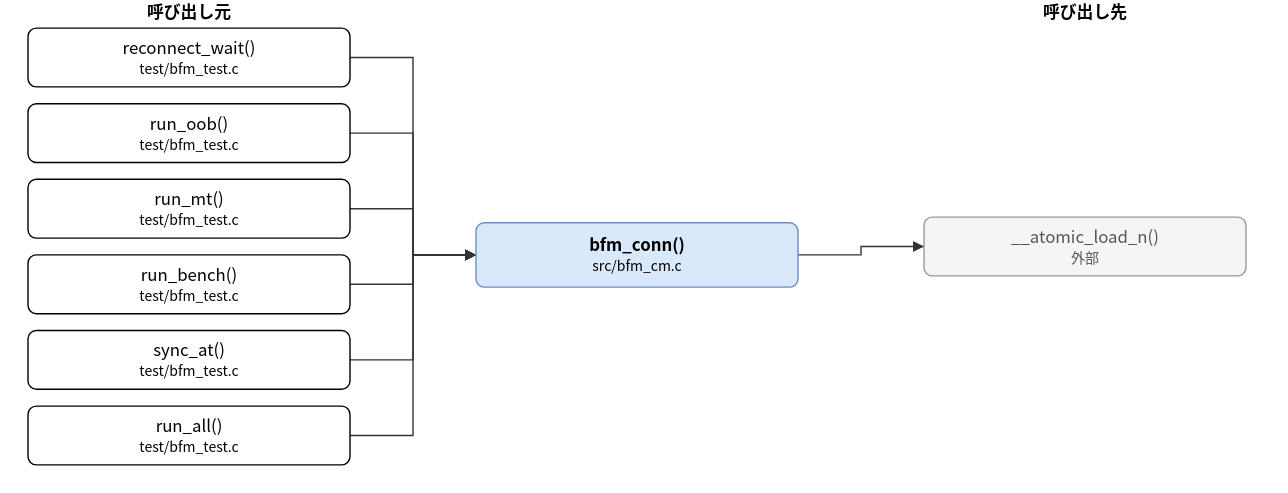
The draw.io diagram doc/spec/images/call_src_bfm_cm-bfm_conn.drawio.svg in hf355051012-ai/bfmem, before a commit. Source tidied: cells renumbered, new cells last; positions are measured from the earlier drawing's top-left corner, leaving out a move shared by most shapes. The source it was exported from:
```xml
<mxGraphModel>
  <root>
    <mxCell id="0" />
    <mxCell id="1" parent="0" />
    <mxCell id="2" value="bfm_conn()&lt;br&gt;&lt;font style=&quot;font-size:10px&quot;&gt;src/bfm_cm.c&lt;/font&gt;" style="rounded=1;whiteSpace=wrap;html=1;fillColor=#dae8fc;strokeColor=#6c8ebf;fontStyle=1;" parent="1" vertex="1">
      <mxGeometry x="320" y="159" width="230" height="46" as="geometry" />
    </mxCell>
    <mxCell id="3" value="reconnect_wait()&lt;br&gt;&lt;font style=&quot;font-size:10px&quot;&gt;test/bfm_test.c&lt;/font&gt;" style="rounded=1;whiteSpace=wrap;html=1;" parent="1" vertex="1">
      <mxGeometry y="20" width="230" height="42" as="geometry" />
    </mxCell>
    <mxCell id="4" value="run_oob()&lt;br&gt;&lt;font style=&quot;font-size:10px&quot;&gt;test/bfm_test.c&lt;/font&gt;" style="rounded=1;whiteSpace=wrap;html=1;" parent="1" vertex="1">
      <mxGeometry y="74" width="230" height="42" as="geometry" />
    </mxCell>
    <mxCell id="5" value="run_mt()&lt;br&gt;&lt;font style=&quot;font-size:10px&quot;&gt;test/bfm_test.c&lt;/font&gt;" style="rounded=1;whiteSpace=wrap;html=1;" parent="1" vertex="1">
      <mxGeometry y="128" width="230" height="42" as="geometry" />
    </mxCell>
    <mxCell id="6" value="run_bench()&lt;br&gt;&lt;font style=&quot;font-size:10px&quot;&gt;test/bfm_test.c&lt;/font&gt;" style="rounded=1;whiteSpace=wrap;html=1;" parent="1" vertex="1">
      <mxGeometry y="182" width="230" height="42" as="geometry" />
    </mxCell>
    <mxCell id="7" value="sync_at()&lt;br&gt;&lt;font style=&quot;font-size:10px&quot;&gt;test/bfm_test.c&lt;/font&gt;" style="rounded=1;whiteSpace=wrap;html=1;" parent="1" vertex="1">
      <mxGeometry y="236" width="230" height="42" as="geometry" />
    </mxCell>
    <mxCell id="8" value="run_all()&lt;br&gt;&lt;font style=&quot;font-size:10px&quot;&gt;test/bfm_test.c&lt;/font&gt;" style="rounded=1;whiteSpace=wrap;html=1;" parent="1" vertex="1">
      <mxGeometry y="290" width="230" height="42" as="geometry" />
    </mxCell>
    <mxCell id="9" value="__atomic_load_n()&lt;br&gt;&lt;font style=&quot;font-size:10px&quot;&gt;外部&lt;/font&gt;" style="rounded=1;whiteSpace=wrap;html=1;fillColor=#f5f5f5;strokeColor=#999999;fontColor=#555555;" parent="1" vertex="1">
      <mxGeometry x="640" y="155" width="230" height="42" as="geometry" />
    </mxCell>
    <mxCell id="10" style="edgeStyle=none;html=1;rounded=0;endArrow=block;endFill=1;exitX=1.0000;exitY=0.5000;exitDx=0;exitDy=0;exitPerimeter=0;entryX=0.0000;entryY=0.5000;entryDx=0;entryDy=0;entryPerimeter=0;" parent="1" edge="1" source="3" target="2">
      <mxGeometry relative="1" as="geometry">
        <Array as="points">
          <mxPoint x="275" y="41" />
          <mxPoint x="275" y="182" />
        </Array>
      </mxGeometry>
    </mxCell>
    <mxCell id="11" style="edgeStyle=none;html=1;rounded=0;endArrow=block;endFill=1;exitX=1.0000;exitY=0.5000;exitDx=0;exitDy=0;exitPerimeter=0;entryX=0.0000;entryY=0.5000;entryDx=0;entryDy=0;entryPerimeter=0;" parent="1" edge="1" source="4" target="2">
      <mxGeometry relative="1" as="geometry">
        <Array as="points">
          <mxPoint x="275" y="95" />
          <mxPoint x="275" y="182" />
        </Array>
      </mxGeometry>
    </mxCell>
    <mxCell id="12" style="edgeStyle=none;html=1;rounded=0;endArrow=block;endFill=1;exitX=1.0000;exitY=0.5000;exitDx=0;exitDy=0;exitPerimeter=0;entryX=0.0000;entryY=0.5000;entryDx=0;entryDy=0;entryPerimeter=0;" parent="1" edge="1" source="5" target="2">
      <mxGeometry relative="1" as="geometry">
        <Array as="points">
          <mxPoint x="275" y="149" />
          <mxPoint x="275" y="182" />
        </Array>
      </mxGeometry>
    </mxCell>
    <mxCell id="13" style="edgeStyle=none;html=1;rounded=0;endArrow=block;endFill=1;exitX=1.0000;exitY=0.5000;exitDx=0;exitDy=0;exitPerimeter=0;entryX=0.0000;entryY=0.5000;entryDx=0;entryDy=0;entryPerimeter=0;" parent="1" edge="1" source="6" target="2">
      <mxGeometry relative="1" as="geometry">
        <Array as="points">
          <mxPoint x="275" y="203" />
          <mxPoint x="275" y="182" />
        </Array>
      </mxGeometry>
    </mxCell>
    <mxCell id="14" style="edgeStyle=none;html=1;rounded=0;endArrow=block;endFill=1;exitX=1.0000;exitY=0.5000;exitDx=0;exitDy=0;exitPerimeter=0;entryX=0.0000;entryY=0.5000;entryDx=0;entryDy=0;entryPerimeter=0;" parent="1" edge="1" source="7" target="2">
      <mxGeometry relative="1" as="geometry">
        <Array as="points">
          <mxPoint x="275" y="257" />
          <mxPoint x="275" y="182" />
        </Array>
      </mxGeometry>
    </mxCell>
    <mxCell id="15" style="edgeStyle=none;html=1;rounded=0;endArrow=block;endFill=1;exitX=1.0000;exitY=0.5000;exitDx=0;exitDy=0;exitPerimeter=0;entryX=0.0000;entryY=0.5000;entryDx=0;entryDy=0;entryPerimeter=0;" parent="1" edge="1" source="8" target="2">
      <mxGeometry relative="1" as="geometry">
        <Array as="points">
          <mxPoint x="275" y="311" />
          <mxPoint x="275" y="182" />
        </Array>
      </mxGeometry>
    </mxCell>
    <mxCell id="16" style="edgeStyle=none;html=1;rounded=0;endArrow=block;endFill=1;exitX=1.0000;exitY=0.5000;exitDx=0;exitDy=0;exitPerimeter=0;entryX=0.0000;entryY=0.5000;entryDx=0;entryDy=0;entryPerimeter=0;" parent="1" edge="1" source="2" target="9">
      <mxGeometry relative="1" as="geometry">
        <Array as="points">
          <mxPoint x="595" y="182" />
          <mxPoint x="595" y="176" />
        </Array>
      </mxGeometry>
    </mxCell>
    <mxCell id="17" value="呼び出し元" style="text;html=1;align=center;fontStyle=1;" parent="1" vertex="1">
      <mxGeometry x="35" width="160" height="18" as="geometry" />
    </mxCell>
    <mxCell id="18" value="呼び出し先" style="text;html=1;align=center;fontStyle=1;" parent="1" vertex="1">
      <mxGeometry x="675" width="160" height="18" as="geometry" />
    </mxCell>
  </root>
</mxGraphModel>
```
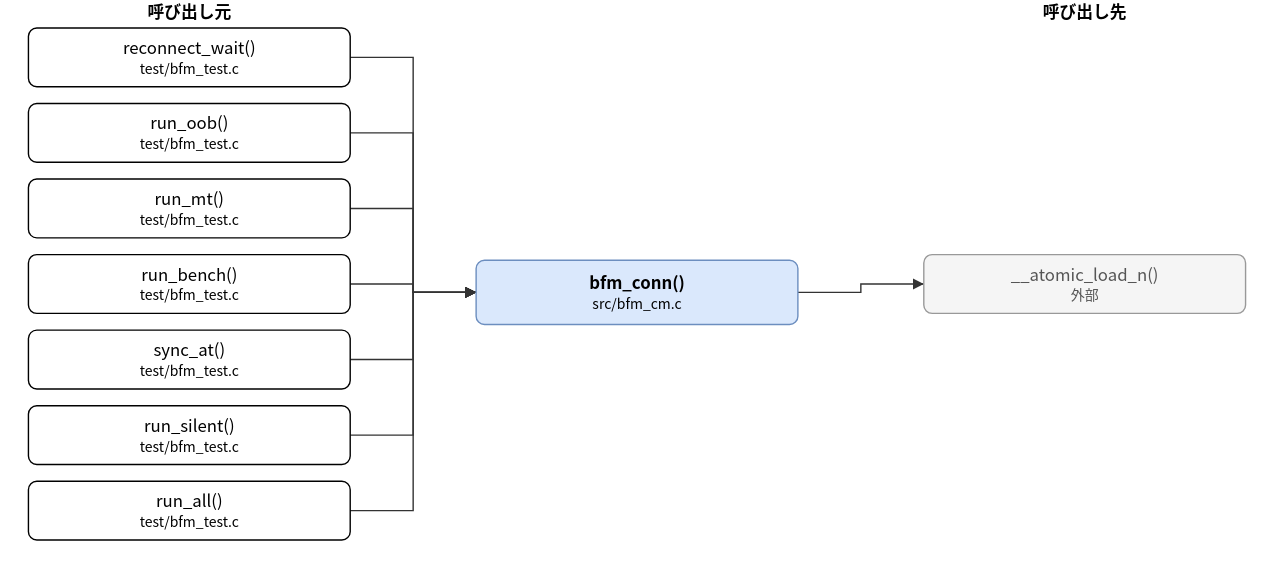
Later version of the same file.

What changed in the source:
```diff
@@ -3,7 +3,7 @@
     <mxCell id="0" />
     <mxCell id="1" parent="0" />
     <mxCell id="2" value="bfm_conn()&lt;br&gt;&lt;font style=&quot;font-size:10px&quot;&gt;src/bfm_cm.c&lt;/font&gt;" style="rounded=1;whiteSpace=wrap;html=1;fillColor=#dae8fc;strokeColor=#6c8ebf;fontStyle=1;" parent="1" vertex="1">
-      <mxGeometry x="320" y="159" width="230" height="46" as="geometry" />
+      <mxGeometry x="320" y="186" width="230" height="46" as="geometry" />
     </mxCell>
     <mxCell id="3" value="reconnect_wait()&lt;br&gt;&lt;font style=&quot;font-size:10px&quot;&gt;test/bfm_test.c&lt;/font&gt;" style="rounded=1;whiteSpace=wrap;html=1;" parent="1" vertex="1">
       <mxGeometry y="20" width="230" height="42" as="geometry" />
@@ -20,17 +20,20 @@
     <mxCell id="7" value="sync_at()&lt;br&gt;&lt;font style=&quot;font-size:10px&quot;&gt;test/bfm_test.c&lt;/font&gt;" style="rounded=1;whiteSpace=wrap;html=1;" parent="1" vertex="1">
       <mxGeometry y="236" width="230" height="42" as="geometry" />
     </mxCell>
-    <mxCell id="8" value="run_all()&lt;br&gt;&lt;font style=&quot;font-size:10px&quot;&gt;test/bfm_test.c&lt;/font&gt;" style="rounded=1;whiteSpace=wrap;html=1;" parent="1" vertex="1">
+    <mxCell id="8" value="run_silent()&lt;br&gt;&lt;font style=&quot;font-size:10px&quot;&gt;test/bfm_test.c&lt;/font&gt;" style="rounded=1;whiteSpace=wrap;html=1;" parent="1" vertex="1">
       <mxGeometry y="290" width="230" height="42" as="geometry" />
     </mxCell>
+    <mxCell id="19" value="run_all()&lt;br&gt;&lt;font style=&quot;font-size:10px&quot;&gt;test/bfm_test.c&lt;/font&gt;" style="rounded=1;whiteSpace=wrap;html=1;" parent="1" vertex="1">
+      <mxGeometry y="344" width="230" height="42" as="geometry" />
+    </mxCell>
     <mxCell id="9" value="__atomic_load_n()&lt;br&gt;&lt;font style=&quot;font-size:10px&quot;&gt;外部&lt;/font&gt;" style="rounded=1;whiteSpace=wrap;html=1;fillColor=#f5f5f5;strokeColor=#999999;fontColor=#555555;" parent="1" vertex="1">
-      <mxGeometry x="640" y="155" width="230" height="42" as="geometry" />
+      <mxGeometry x="640" y="182" width="230" height="42" as="geometry" />
     </mxCell>
     <mxCell id="10" style="edgeStyle=none;html=1;rounded=0;endArrow=block;endFill=1;exitX=1.0000;exitY=0.5000;exitDx=0;exitDy=0;exitPerimeter=0;entryX=0.0000;entryY=0.5000;entryDx=0;entryDy=0;entryPerimeter=0;" parent="1" edge="1" source="3" target="2">
       <mxGeometry relative="1" as="geometry">
         <Array as="points">
           <mxPoint x="275" y="41" />
-          <mxPoint x="275" y="182" />
+          <mxPoint x="275" y="209" />
         </Array>
       </mxGeometry>
     </mxCell>
@@ -38,7 +41,7 @@
       <mxGeometry relative="1" as="geometry">
         <Array as="points">
           <mxPoint x="275" y="95" />
-          <mxPoint x="275" y="182" />
+          <mxPoint x="275" y="209" />
         </Array>
       </mxGeometry>
     </mxCell>
@@ -46,7 +49,7 @@
       <mxGeometry relative="1" as="geometry">
         <Array as="points">
           <mxPoint x="275" y="149" />
-          <mxPoint x="275" y="182" />
+          <mxPoint x="275" y="209" />
         </Array>
       </mxGeometry>
     </mxCell>
@@ -54,7 +57,7 @@
       <mxGeometry relative="1" as="geometry">
         <Array as="points">
           <mxPoint x="275" y="203" />
-          <mxPoint x="275" y="182" />
+          <mxPoint x="275" y="209" />
         </Array>
       </mxGeometry>
     </mxCell>
@@ -62,7 +65,7 @@
       <mxGeometry relative="1" as="geometry">
         <Array as="points">
           <mxPoint x="275" y="257" />
-          <mxPoint x="275" y="182" />
+          <mxPoint x="275" y="209" />
         </Array>
       </mxGeometry>
     </mxCell>
@@ -70,18 +73,26 @@
       <mxGeometry relative="1" as="geometry">
         <Array as="points">
           <mxPoint x="275" y="311" />
-          <mxPoint x="275" y="182" />
+          <mxPoint x="275" y="209" />
         </Array>
       </mxGeometry>
     </mxCell>
-    <mxCell id="16" style="edgeStyle=none;html=1;rounded=0;endArrow=block;endFill=1;exitX=1.0000;exitY=0.5000;exitDx=0;exitDy=0;exitPerimeter=0;entryX=0.0000;entryY=0.5000;entryDx=0;entryDy=0;entryPerimeter=0;" parent="1" edge="1" source="2" target="9">
+    <mxCell id="16" style="edgeStyle=none;html=1;rounded=0;endArrow=block;endFill=1;exitX=1.0000;exitY=0.5000;exitDx=0;exitDy=0;exitPerimeter=0;entryX=0.0000;entryY=0.5000;entryDx=0;entryDy=0;entryPerimeter=0;" parent="1" edge="1" source="19" target="2">
       <mxGeometry relative="1" as="geometry">
         <Array as="points">
-          <mxPoint x="595" y="182" />
-          <mxPoint x="595" y="176" />
+          <mxPoint x="275" y="365" />
+          <mxPoint x="275" y="209" />
         </Array>
       </mxGeometry>
     </mxCell>
+    <mxCell id="20" style="edgeStyle=none;html=1;rounded=0;endArrow=block;endFill=1;exitX=1.0000;exitY=0.5000;exitDx=0;exitDy=0;exitPerimeter=0;entryX=0.0000;entryY=0.5000;entryDx=0;entryDy=0;entryPerimeter=0;" parent="1" edge="1" source="2" target="9">
+      <mxGeometry relative="1" as="geometry">
+        <Array as="points">
+          <mxPoint x="595" y="209" />
+          <mxPoint x="595" y="203" />
+        </Array>
+      </mxGeometry>
+    </mxCell>
     <mxCell id="17" value="呼び出し元" style="text;html=1;align=center;fontStyle=1;" parent="1" vertex="1">
       <mxGeometry x="35" width="160" height="18" as="geometry" />
     </mxCell>
```
